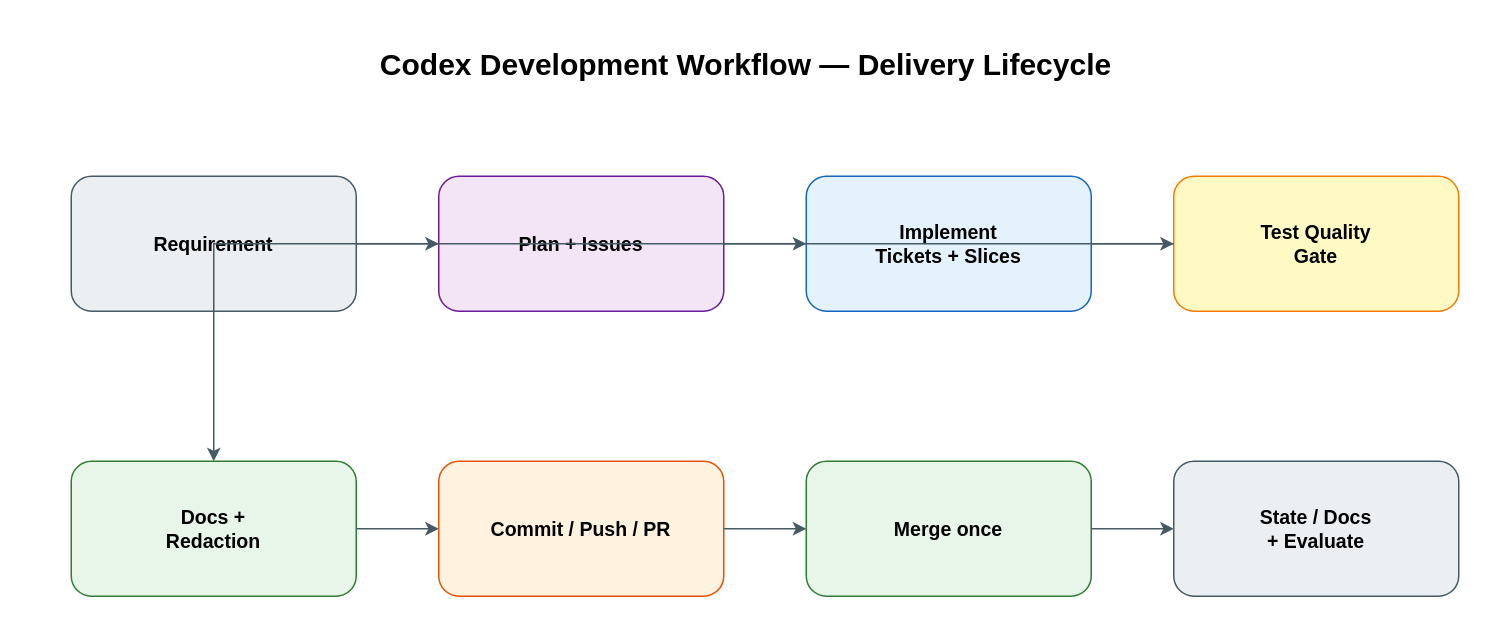
i-zrhe2016/codex-development-workflow keeps this draw.io diagram as docs/diagrams/drawio/workflow-overview.drawio. Above is the earlier version. Source tidied: cells renumbered, new cells numbered last; positions are measured from the earlier drawing's top-left corner, leaving out a move shared by most shapes. Both pictures are drawn from the tidied source at 150%, with x=0, y=0 at pixel (26, 26).
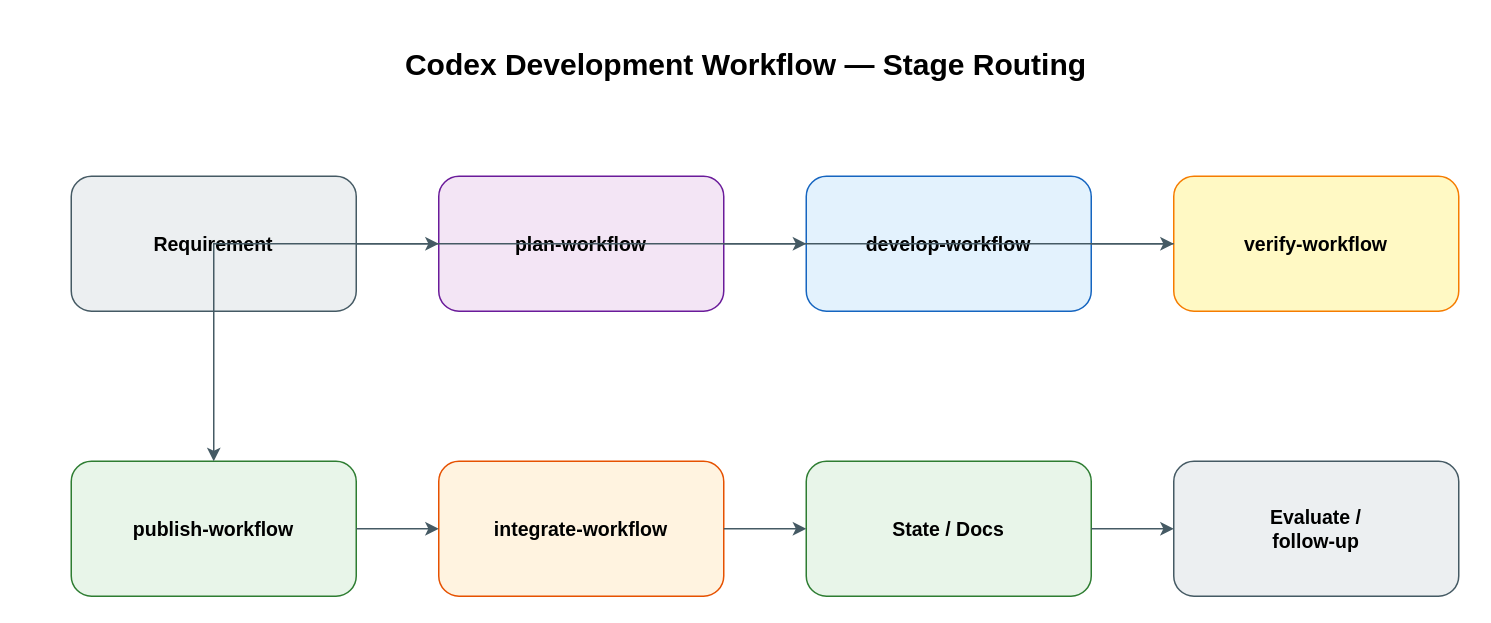
The same page after the edit.

Change to the diagram source:
```diff
@@
 <mxGraphModel background="#ffffff">
   <root>
     <mxCell id="0" />
     <mxCell id="1" parent="0" />
-    <mxCell id="2" value="Codex Development Workflow — Delivery Lifecycle" style="rounded=1;whiteSpace=wrap;html=1;fillColor=#ffffff;strokeColor=none;fontFamily=Arial;fontSize=20;fontStyle=1;align=center;verticalAlign=middle;" parent="1" vertex="1">
+    <mxCell id="2" value="Codex Development Workflow — Stage Routing" style="rounded=1;whiteSpace=wrap;html=1;fillColor=#ffffff;strokeColor=none;fontFamily=Arial;fontSize=20;fontStyle=1;align=center;verticalAlign=middle;" parent="1" vertex="1">
       <mxGeometry width="960" height="50" as="geometry" />
     </mxCell>
     <mxCell id="3" value="Requirement" style="rounded=1;whiteSpace=wrap;html=1;fillColor=#eceff1;strokeColor=#455a64;fontFamily=Arial;fontSize=13;align=center;verticalAlign=middle;spacing=8;fontStyle=1;" parent="1" vertex="1">
       <mxGeometry x="30" y="100" width="190" height="90" as="geometry" />
     </mxCell>
-    <mxCell id="4" value="Plan + Issues" style="rounded=1;whiteSpace=wrap;html=1;fillColor=#f3e5f5;strokeColor=#6a1b9a;fontFamily=Arial;fontSize=13;align=center;verticalAlign=middle;spacing=8;fontStyle=1;" parent="1" vertex="1">
+    <mxCell id="4" value="plan-workflow" style="rounded=1;whiteSpace=wrap;html=1;fillColor=#f3e5f5;strokeColor=#6a1b9a;fontFamily=Arial;fontSize=13;align=center;verticalAlign=middle;spacing=8;fontStyle=1;" parent="1" vertex="1">
       <mxGeometry x="275" y="100" width="190" height="90" as="geometry" />
     </mxCell>
-    <mxCell id="5" value="Implement&#10;Tickets + Slices" style="rounded=1;whiteSpace=wrap;html=1;fillColor=#e3f2fd;strokeColor=#1565c0;fontFamily=Arial;fontSize=13;align=center;verticalAlign=middle;spacing=8;fontStyle=1;" parent="1" vertex="1">
+    <mxCell id="5" value="develop-workflow" style="rounded=1;whiteSpace=wrap;html=1;fillColor=#e3f2fd;strokeColor=#1565c0;fontFamily=Arial;fontSize=13;align=center;verticalAlign=middle;spacing=8;fontStyle=1;" parent="1" vertex="1">
       <mxGeometry x="520" y="100" width="190" height="90" as="geometry" />
     </mxCell>
-    <mxCell id="6" value="Test Quality&#10;Gate" style="rounded=1;whiteSpace=wrap;html=1;fillColor=#fff9c4;strokeColor=#f57c00;fontFamily=Arial;fontSize=13;align=center;verticalAlign=middle;spacing=8;fontStyle=1;" parent="1" vertex="1">
+    <mxCell id="6" value="verify-workflow" style="rounded=1;whiteSpace=wrap;html=1;fillColor=#fff9c4;strokeColor=#f57c00;fontFamily=Arial;fontSize=13;align=center;verticalAlign=middle;spacing=8;fontStyle=1;" parent="1" vertex="1">
       <mxGeometry x="765" y="100" width="190" height="90" as="geometry" />
     </mxCell>
-    <mxCell id="7" value="Docs +&#10;Redaction" style="rounded=1;whiteSpace=wrap;html=1;fillColor=#e8f5e9;strokeColor=#2e7d32;fontFamily=Arial;fontSize=13;align=center;verticalAlign=middle;spacing=8;fontStyle=1;" parent="1" vertex="1">
+    <mxCell id="7" value="publish-workflow" style="rounded=1;whiteSpace=wrap;html=1;fillColor=#e8f5e9;strokeColor=#2e7d32;fontFamily=Arial;fontSize=13;align=center;verticalAlign=middle;spacing=8;fontStyle=1;" parent="1" vertex="1">
       <mxGeometry x="30" y="290" width="190" height="90" as="geometry" />
     </mxCell>
-    <mxCell id="8" value="Commit / Push / PR" style="rounded=1;whiteSpace=wrap;html=1;fillColor=#fff3e0;strokeColor=#e65100;fontFamily=Arial;fontSize=13;align=center;verticalAlign=middle;spacing=8;fontStyle=1;" parent="1" vertex="1">
+    <mxCell id="8" value="integrate-workflow" style="rounded=1;whiteSpace=wrap;html=1;fillColor=#fff3e0;strokeColor=#e65100;fontFamily=Arial;fontSize=13;align=center;verticalAlign=middle;spacing=8;fontStyle=1;" parent="1" vertex="1">
       <mxGeometry x="275" y="290" width="190" height="90" as="geometry" />
     </mxCell>
-    <mxCell id="9" value="Merge once" style="rounded=1;whiteSpace=wrap;html=1;fillColor=#e8f5e9;strokeColor=#2e7d32;fontFamily=Arial;fontSize=13;align=center;verticalAlign=middle;spacing=8;fontStyle=1;" parent="1" vertex="1">
+    <mxCell id="9" value="State / Docs" style="rounded=1;whiteSpace=wrap;html=1;fillColor=#e8f5e9;strokeColor=#2e7d32;fontFamily=Arial;fontSize=13;align=center;verticalAlign=middle;spacing=8;fontStyle=1;" parent="1" vertex="1">
       <mxGeometry x="520" y="290" width="190" height="90" as="geometry" />
     </mxCell>
-    <mxCell id="10" value="State / Docs&#10;+ Evaluate" style="rounded=1;whiteSpace=wrap;html=1;fillColor=#eceff1;strokeColor=#455a64;fontFamily=Arial;fontSize=13;align=center;verticalAlign=middle;spacing=8;fontStyle=1;" parent="1" vertex="1">
+    <mxCell id="10" value="Evaluate /&#10;follow-up" style="rounded=1;whiteSpace=wrap;html=1;fillColor=#eceff1;strokeColor=#455a64;fontFamily=Arial;fontSize=13;align=center;verticalAlign=middle;spacing=8;fontStyle=1;" parent="1" vertex="1">
       <mxGeometry x="765" y="290" width="190" height="90" as="geometry" />
     </mxCell>
     <mxCell id="11" style="edgeStyle=orthogonalEdgeStyle;rounded=0;jettySize=auto;html=1;endArrow=classic;endFill=1;strokeColor=#455a64;fontColor=#455a64;fontFamily=Arial;fontSize=11;" parent="1" edge="1" source="3" target="4">
       <mxGeometry relative="1" as="geometry" />
     </mxCell>
     <mxCell id="12" style="edgeStyle=orthogonalEdgeStyle;rounded=0;jettySize=auto;html=1;endArrow=classic;endFill=1;strokeColor=#455a64;fontColor=#455a64;fontFamily=Arial;fontSize=11;" parent="1" edge="1" source="4" target="5">
       <mxGeometry relative="1" as="geometry" />
     </mxCell>
     <mxCell id="13" style="edgeStyle=orthogonalEdgeStyle;rounded=0;jettySize=auto;html=1;endArrow=classic;endFill=1;strokeColor=#455a64;fontColor=#455a64;fontFamily=Arial;fontSize=11;" parent="1" edge="1" source="5" target="6">
       <mxGeometry relative="1" as="geometry" />
     </mxCell>
     <mxCell id="14" style="edgeStyle=orthogonalEdgeStyle;rounded=0;jettySize=auto;html=1;endArrow=classic;endFill=1;strokeColor=#455a64;fontColor=#455a64;fontFamily=Arial;fontSize=11;" parent="1" edge="1" source="6" target="7">
       <mxGeometry relative="1" as="geometry" />
     </mxCell>
     <mxCell id="15" style="edgeStyle=orthogonalEdgeStyle;rounded=0;jettySize=auto;html=1;endArrow=classic;endFill=1;strokeColor=#455a64;fontColor=#455a64;fontFamily=Arial;fontSize=11;" parent="1" edge="1" source="7" target="8">
       <mxGeometry relative="1" as="geometry" />
     </mxCell>
     <mxCell id="16" style="edgeStyle=orthogonalEdgeStyle;rounded=0;jettySize=auto;html=1;endArrow=classic;endFill=1;strokeColor=#455a64;fontColor=#455a64;fontFamily=Arial;fontSize=11;" parent="1" edge="1" source="8" target="9">
       <mxGeometry relative="1" as="geometry" />
     </mxCell>
     <mxCell id="17" style="edgeStyle=orthogonalEdgeStyle;rounded=0;jettySize=auto;html=1;endArrow=classic;endFill=1;strokeColor=#455a64;fontColor=#455a64;fontFamily=Arial;fontSize=11;" parent="1" edge="1" source="9" target="10">
       <mxGeometry relative="1" as="geometry" />
     </mxCell>
   </root>
 </mxGraphModel>
```
